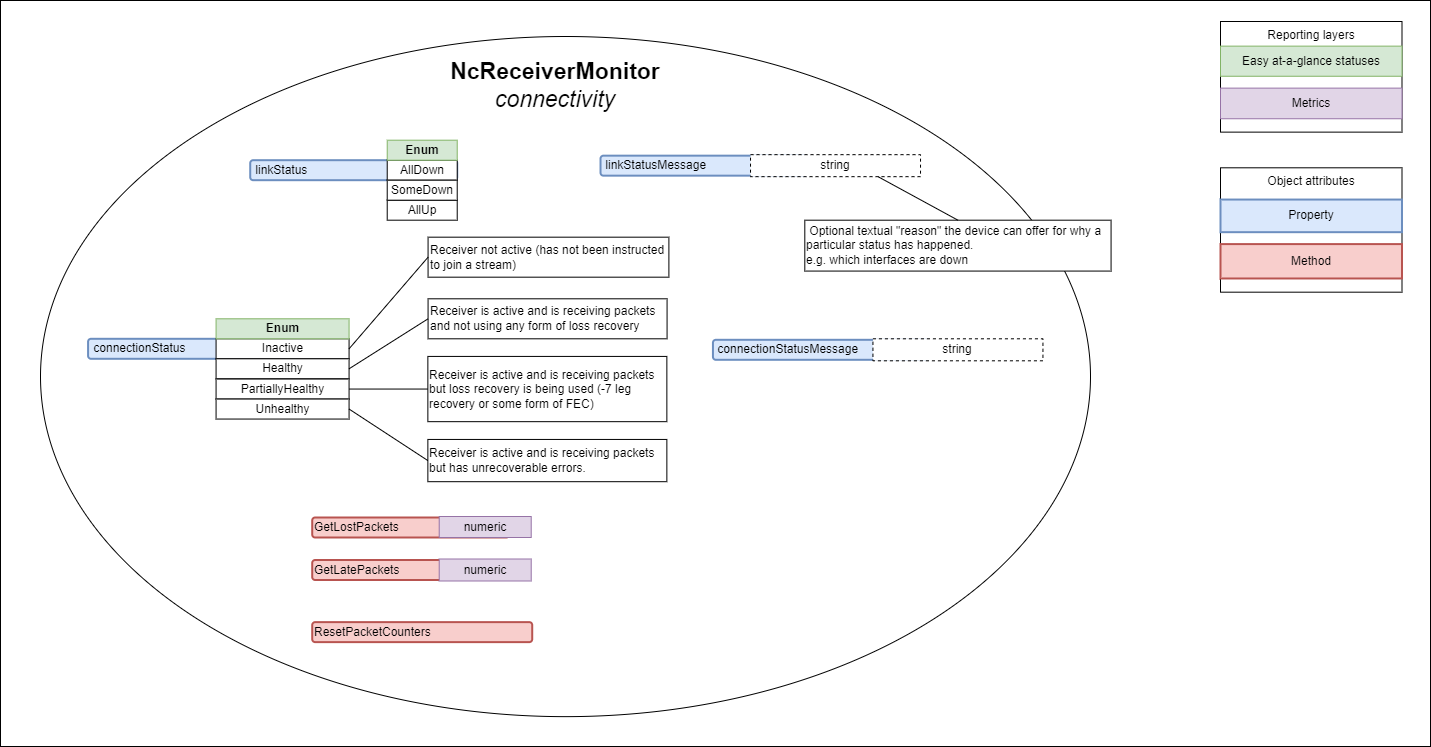
Before: docs/images/receiver-model-connectivity.png, a diagram exported from draw.io (AMWA-TV/bcp-008-01). Source tidied: cells renumbered, new cells last; positions are measured from the earlier drawing's top-left corner, leaving out a move shared by most shapes. Its diagram source:
```xml
<mxGraphModel>
  <root>
    <mxCell id="0" />
    <mxCell id="1" parent="0" />
    <mxCell id="2" style="rounded=0;whiteSpace=wrap;html=1;" parent="1" vertex="1">
      <mxGeometry width="1430" height="746" as="geometry" />
    </mxCell>
    <mxCell id="3" style="ellipse;whiteSpace=wrap;html=1;" parent="1" vertex="1">
      <mxGeometry x="40" y="36" width="1050" height="680.1" as="geometry" />
    </mxCell>
    <mxCell id="4" value="Reporting layers" style="rounded=0;whiteSpace=wrap;html=1;horizontal=1;verticalAlign=top;" parent="1" vertex="1">
      <mxGeometry x="1220" y="21" width="181.5" height="110.6" as="geometry" />
    </mxCell>
    <mxCell id="5" value="Easy at-a-glance statuses" style="rounded=0;whiteSpace=wrap;html=1;fillColor=#d5e8d4;strokeColor=#82b366;" parent="1" vertex="1">
      <mxGeometry x="1220" y="45.6" width="181.5" height="30.1" as="geometry" />
    </mxCell>
    <mxCell id="6" value="Metrics" style="rounded=0;whiteSpace=wrap;html=1;fillColor=#e1d5e7;strokeColor=#9673a6;" parent="1" vertex="1">
      <mxGeometry x="1220" y="87.6" width="181.5" height="30.6" as="geometry" />
    </mxCell>
    <mxCell id="7" value="Object attributes" style="rounded=0;whiteSpace=wrap;html=1;horizontal=1;verticalAlign=top;" parent="1" vertex="1">
      <mxGeometry x="1220" y="167.3" width="181.5" height="124.4" as="geometry" />
    </mxCell>
    <mxCell id="8" value="Property" style="rounded=0;whiteSpace=wrap;html=1;fillColor=#dae8fc;strokeColor=#6c8ebf;align=center;strokeWidth=2;" parent="1" vertex="1">
      <mxGeometry x="1220" y="199" width="181.5" height="32.6" as="geometry" />
    </mxCell>
    <mxCell id="9" value="Method" style="rounded=0;whiteSpace=wrap;html=1;fillColor=#f8cecc;strokeColor=#b85450;align=center;strokeWidth=2;" parent="1" vertex="1">
      <mxGeometry x="1220" y="243.6" width="181.5" height="34.4" as="geometry" />
    </mxCell>
    <mxCell id="10" value="NcReceiverMonitor&lt;div&gt;&lt;span style=&quot;font-weight: normal;&quot;&gt;&lt;i&gt;connectivity&lt;/i&gt;&lt;/span&gt;&lt;/div&gt;" style="text;html=1;strokeColor=none;fillColor=none;align=center;verticalAlign=middle;whiteSpace=wrap;rounded=0;strokeWidth=1;fontSize=23;fontStyle=1;" parent="1" vertex="1">
      <mxGeometry x="431.2" y="51.9" width="247.5" height="65.6" as="geometry" />
    </mxCell>
    <mxCell id="11" value="&amp;nbsp;linkStatus" style="rounded=1;whiteSpace=wrap;html=1;align=left;fillColor=#dae8fc;strokeColor=#6c8ebf;strokeWidth=2;" parent="1" vertex="1">
      <mxGeometry x="249.7" y="159.7" width="207" height="20" as="geometry" />
    </mxCell>
    <mxCell id="12" value="AllUp" style="rounded=0;whiteSpace=wrap;html=1;" parent="1" vertex="1">
      <mxGeometry x="386.7" y="199.7" width="70" height="20" as="geometry" />
    </mxCell>
    <mxCell id="13" value="AllDown" style="rounded=0;whiteSpace=wrap;html=1;" parent="1" vertex="1">
      <mxGeometry x="386.7" y="159.7" width="70" height="20" as="geometry" />
    </mxCell>
    <mxCell id="14" value="SomeDown" style="rounded=0;whiteSpace=wrap;html=1;" parent="1" vertex="1">
      <mxGeometry x="386.7" y="179.7" width="70" height="20" as="geometry" />
    </mxCell>
    <mxCell id="15" value="Enum" style="rounded=0;whiteSpace=wrap;html=1;fillColor=#d5e8d4;strokeColor=#82b366;fontStyle=1;" parent="1" vertex="1">
      <mxGeometry x="386.7" y="139.7" width="70" height="20" as="geometry" />
    </mxCell>
    <mxCell id="16" value="&amp;nbsp;connectionStatus" style="rounded=1;whiteSpace=wrap;html=1;align=left;fillColor=#dae8fc;strokeColor=#6c8ebf;strokeWidth=2;" parent="1" vertex="1">
      <mxGeometry x="87.6" y="338.3" width="198" height="20" as="geometry" />
    </mxCell>
    <mxCell id="17" value="Inactive" style="rounded=0;whiteSpace=wrap;html=1;" parent="1" vertex="1">
      <mxGeometry x="215.6" y="338.3" width="133" height="20" as="geometry" />
    </mxCell>
    <mxCell id="18" value="Healthy" style="rounded=0;whiteSpace=wrap;html=1;" parent="1" vertex="1">
      <mxGeometry x="215.6" y="358.3" width="133" height="20" as="geometry" />
    </mxCell>
    <mxCell id="19" value="Enum" style="rounded=0;whiteSpace=wrap;html=1;fillColor=#d5e8d4;strokeColor=#82b366;fontStyle=1;" parent="1" vertex="1">
      <mxGeometry x="215.6" y="318.3" width="133" height="20" as="geometry" />
    </mxCell>
    <mxCell id="20" value="PartiallyHealthy" style="rounded=0;whiteSpace=wrap;html=1;" parent="1" vertex="1">
      <mxGeometry x="215.6" y="378.6" width="133" height="20" as="geometry" />
    </mxCell>
    <mxCell id="21" value="Unhealthy" style="rounded=0;whiteSpace=wrap;html=1;" parent="1" vertex="1">
      <mxGeometry x="215.6" y="398.6" width="133" height="20" as="geometry" />
    </mxCell>
    <mxCell id="22" value="GetLostPackets" style="rounded=1;whiteSpace=wrap;html=1;align=left;fillColor=#f8cecc;strokeColor=#b85450;strokeWidth=2;" parent="1" vertex="1">
      <mxGeometry x="311.7" y="517" width="197" height="20" as="geometry" />
    </mxCell>
    <mxCell id="23" value="numeric" style="rounded=0;whiteSpace=wrap;html=1;fillColor=#e1d5e7;strokeColor=#9673a6;" parent="1" vertex="1">
      <mxGeometry x="438.7" y="516" width="92" height="21" as="geometry" />
    </mxCell>
    <mxCell id="24" value="GetLatePackets" style="rounded=1;whiteSpace=wrap;html=1;align=left;fillColor=#f8cecc;strokeColor=#b85450;strokeWidth=2;" parent="1" vertex="1">
      <mxGeometry x="311.7" y="559.5" width="197" height="20" as="geometry" />
    </mxCell>
    <mxCell id="25" value="numeric" style="rounded=0;whiteSpace=wrap;html=1;fillColor=#e1d5e7;strokeColor=#9673a6;" parent="1" vertex="1">
      <mxGeometry x="438.7" y="558.5" width="92" height="22" as="geometry" />
    </mxCell>
    <mxCell id="26" value="Receiver not active (has not been instructed to join a stream)" style="text;html=1;strokeColor=default;fillColor=default;align=left;verticalAlign=middle;whiteSpace=wrap;rounded=0;" parent="1" vertex="1">
      <mxGeometry x="427.6" y="236.7" width="240.8" height="40" as="geometry" />
    </mxCell>
    <mxCell id="27" style="endArrow=none;html=1;rounded=0;entryX=0;entryY=0.5;entryDx=0;entryDy=0;exitX=1;exitY=0.5;exitDx=0;exitDy=0;" parent="1" edge="1" source="17" target="26">
      <mxGeometry relative="1" as="geometry" />
    </mxCell>
    <mxCell id="28" value="Receiver is active and is receiving packets but has unrecoverable errors." style="text;html=1;strokeColor=default;fillColor=default;align=left;verticalAlign=middle;whiteSpace=wrap;rounded=0;" parent="1" vertex="1">
      <mxGeometry x="427.4" y="438.9" width="239" height="42.2" as="geometry" />
    </mxCell>
    <mxCell id="29" value="Receiver is active and is receiving packets and not using any form of loss recovery" style="text;html=1;strokeColor=default;fillColor=default;align=left;verticalAlign=middle;whiteSpace=wrap;rounded=0;" parent="1" vertex="1">
      <mxGeometry x="427.6" y="298.3" width="239" height="40" as="geometry" />
    </mxCell>
    <mxCell id="30" value="Receiver is active and is receiving packets but loss recovery is being used (-7 leg recovery or some form of FEC)" style="text;html=1;strokeColor=default;fillColor=default;align=left;verticalAlign=middle;whiteSpace=wrap;rounded=0;" parent="1" vertex="1">
      <mxGeometry x="427.4" y="355.9" width="239" height="65.2" as="geometry" />
    </mxCell>
    <mxCell id="31" style="endArrow=none;html=1;rounded=0;entryX=0;entryY=0.5;entryDx=0;entryDy=0;exitX=1;exitY=0.5;exitDx=0;exitDy=0;" parent="1" edge="1" source="18" target="29">
      <mxGeometry relative="1" as="geometry" />
    </mxCell>
    <mxCell id="32" style="endArrow=none;html=1;rounded=0;entryX=0;entryY=0.5;entryDx=0;entryDy=0;exitX=1;exitY=0.5;exitDx=0;exitDy=0;" parent="1" edge="1" source="20" target="30">
      <mxGeometry relative="1" as="geometry" />
    </mxCell>
    <mxCell id="33" style="endArrow=none;html=1;rounded=0;entryX=0;entryY=0.5;entryDx=0;entryDy=0;exitX=1;exitY=0.5;exitDx=0;exitDy=0;" parent="1" edge="1" source="21" target="28">
      <mxGeometry relative="1" as="geometry" />
    </mxCell>
    <mxCell id="34" value="ResetPacketCounters" style="rounded=1;whiteSpace=wrap;html=1;align=left;fillColor=#f8cecc;strokeColor=#b85450;strokeWidth=2;" parent="1" vertex="1">
      <mxGeometry x="311.7" y="621.6" width="220" height="20" as="geometry" />
    </mxCell>
    <mxCell id="35" value="&amp;nbsp;linkStatusMessage" style="rounded=1;whiteSpace=wrap;html=1;align=left;fillColor=#dae8fc;strokeColor=#6c8ebf;strokeWidth=2;" parent="1" vertex="1">
      <mxGeometry x="600" y="155.2" width="207.5" height="20" as="geometry" />
    </mxCell>
    <mxCell id="36" value="string" style="rounded=0;whiteSpace=wrap;html=1;dashed=1;" parent="1" vertex="1">
      <mxGeometry x="750" y="154.2" width="170" height="22" as="geometry" />
    </mxCell>
    <mxCell id="37" value="&lt;div&gt;&amp;nbsp;Optional textual &quot;reason&quot; the device can offer for why a particular status has happened.&lt;/div&gt;&lt;div&gt;e.g. which interfaces are down&lt;br&gt;&lt;/div&gt;" style="text;html=1;strokeColor=default;fillColor=default;align=left;verticalAlign=middle;whiteSpace=wrap;rounded=0;" parent="1" vertex="1">
      <mxGeometry x="804.3" y="219.7" width="306.3" height="50.9" as="geometry" />
    </mxCell>
    <mxCell id="38" style="endArrow=none;html=1;rounded=0;entryX=0.5;entryY=0;entryDx=0;entryDy=0;exitX=0.75;exitY=1;exitDx=0;exitDy=0;" parent="1" edge="1" source="36" target="37">
      <mxGeometry relative="1" as="geometry" />
    </mxCell>
    <mxCell id="39" value="&amp;nbsp;connectionStatusMessage" style="rounded=1;whiteSpace=wrap;html=1;align=left;fillColor=#dae8fc;strokeColor=#6c8ebf;strokeWidth=2;" parent="1" vertex="1">
      <mxGeometry x="712.4" y="339.3" width="217.5" height="20" as="geometry" />
    </mxCell>
    <mxCell id="40" value="string" style="rounded=0;whiteSpace=wrap;html=1;dashed=1;" parent="1" vertex="1">
      <mxGeometry x="872.4" y="338.3" width="170" height="22" as="geometry" />
    </mxCell>
  </root>
</mxGraphModel>
```
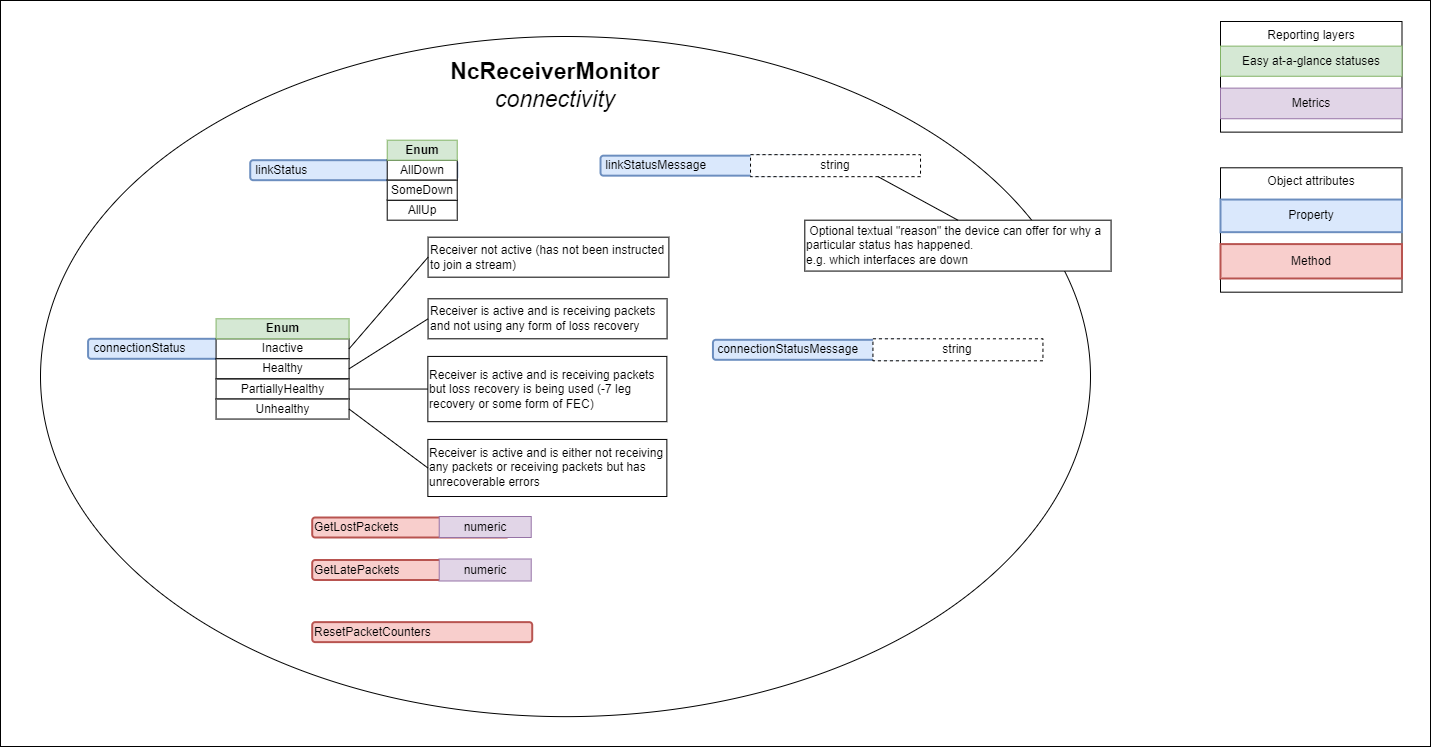
After the commit.

Commit message:
Further feedback from participants on the call

Change to the diagram source:
```diff
@@ -80,8 +80,8 @@
     <mxCell id="27" style="endArrow=none;html=1;rounded=0;entryX=0;entryY=0.5;entryDx=0;entryDy=0;exitX=1;exitY=0.5;exitDx=0;exitDy=0;" parent="1" edge="1" source="17" target="26">
       <mxGeometry relative="1" as="geometry" />
     </mxCell>
-    <mxCell id="28" value="Receiver is active and is receiving packets but has unrecoverable errors." style="text;html=1;strokeColor=default;fillColor=default;align=left;verticalAlign=middle;whiteSpace=wrap;rounded=0;" parent="1" vertex="1">
-      <mxGeometry x="427.4" y="438.9" width="239" height="42.2" as="geometry" />
+    <mxCell id="28" value="Receiver is active and is either not receiving any packets or receiving packets but has unrecoverable errors" style="text;html=1;strokeColor=default;fillColor=default;align=left;verticalAlign=middle;whiteSpace=wrap;rounded=0;" parent="1" vertex="1">
+      <mxGeometry x="427.4" y="438.9" width="239" height="57.1" as="geometry" />
     </mxCell>
     <mxCell id="29" value="Receiver is active and is receiving packets and not using any form of loss recovery" style="text;html=1;strokeColor=default;fillColor=default;align=left;verticalAlign=middle;whiteSpace=wrap;rounded=0;" parent="1" vertex="1">
       <mxGeometry x="427.6" y="298.3" width="239" height="40" as="geometry" />
```
